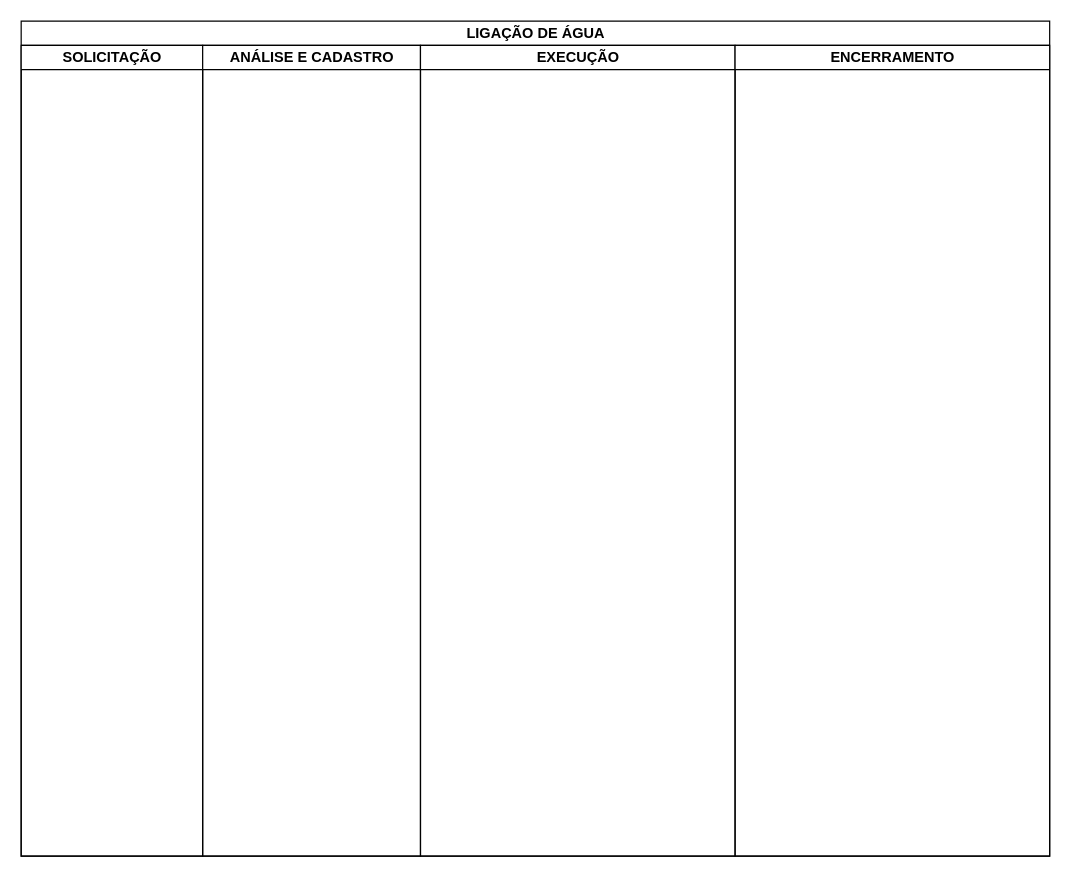
Before: Ligação de água.drawio in Deso-Sertao/fluxogramas, a draw.io diagram. Source tidied: cells renumbered, new cells numbered last; positions are measured from the earlier drawing's top-left corner, leaving out a move shared by most shapes. Both pictures are drawn from the tidied source at 121%, with x=0, y=0 at pixel (21, 21).
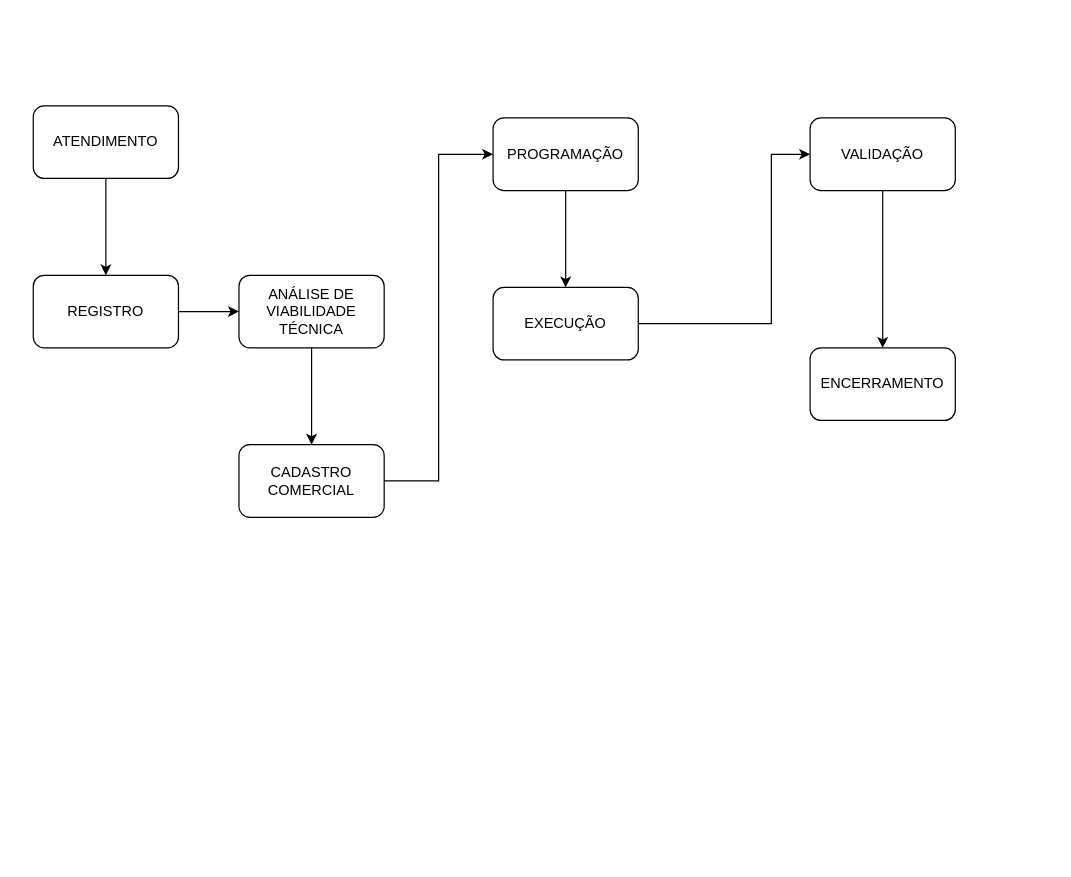
Above is the later version.

Change to the diagram source:
```diff
@@
-    <mxCell id="3" value="LIGAÇÃO DE ÁGUA" style="swimlane;html=1;startSize=20;" parent="2" vertex="1">
-      <mxGeometry width="850" height="690" as="geometry" />
-    </mxCell>
-    <mxCell id="4" value="SOLICITAÇÃO" style="swimlane;html=1;startSize=20;" parent="3" vertex="1">
-      <mxGeometry y="20" width="150" height="670" as="geometry" />
-    </mxCell>
-    <mxCell id="5" value="ANÁLISE E CADASTRO&lt;br&gt;" style="swimlane;html=1;startSize=20;swimlaneLine=1;" parent="3" vertex="1">
-      <mxGeometry x="150" y="20" width="180" height="670" as="geometry" />
-    </mxCell>
+    <mxCell id="8" parent="0" />
+    <mxCell id="9" value="VALIDAÇÃO" style="rounded=1;whiteSpace=wrap;html=1;" parent="8" vertex="1">
+      <mxGeometry x="652" y="80" width="120" height="60" as="geometry" />
+    </mxCell>
+    <mxCell id="10" style="edgeStyle=orthogonalEdgeStyle;rounded=0;jettySize=auto;html=1;entryX=0.5;entryY=0;entryDx=0;entryDy=0;" parent="8" edge="1" source="9" target="7">
+      <mxGeometry relative="1" as="geometry" />
+    </mxCell>
+    <mxCell id="7" value="ENCERRAMENTO" style="rounded=1;whiteSpace=wrap;html=1;" parent="8" vertex="1">
+      <mxGeometry x="652" y="270" width="120" height="60" as="geometry" />
+    </mxCell>
+    <mxCell id="11" style="edgeStyle=orthogonalEdgeStyle;rounded=0;jettySize=auto;html=1;entryX=0;entryY=0.5;entryDx=0;entryDy=0;" parent="8" edge="1" source="6" target="9">
+      <mxGeometry relative="1" as="geometry">
+        <Array as="points">
+          <mxPoint x="620" y="250" />
+          <mxPoint x="620" y="110" />
+        </Array>
+      </mxGeometry>
+    </mxCell>
+    <mxCell id="12" parent="0" />
+    <mxCell id="13" value="PROGRAMAÇÃO" style="rounded=1;whiteSpace=wrap;html=1;" parent="12" vertex="1">
+      <mxGeometry x="390" y="80" width="120" height="60" as="geometry" />
+    </mxCell>
+    <mxCell id="14" style="edgeStyle=orthogonalEdgeStyle;rounded=0;jettySize=auto;html=1;" parent="12" edge="1" source="13" target="6">
+      <mxGeometry relative="1" as="geometry" />
+    </mxCell>
-    <mxCell id="6" value="EXECUÇÃO" style="swimlane;html=1;startSize=20;" parent="3" vertex="1">
-      <mxGeometry x="330" y="20" width="260" height="670" as="geometry" />
+    <mxCell id="6" value="EXECUÇÃO" style="rounded=1;whiteSpace=wrap;html=1;" parent="12" vertex="1">
+      <mxGeometry x="390" y="220" width="120" height="60" as="geometry" />
     </mxCell>
-    <mxCell id="7" value="ENCERRAMENTO" style="swimlane;html=1;startSize=20;" parent="3" vertex="1">
-      <mxGeometry x="590" y="20" width="260" height="670" as="geometry" />
-    </mxCell>
+    <mxCell id="15" style="edgeStyle=orthogonalEdgeStyle;rounded=0;jettySize=auto;html=1;entryX=0;entryY=0.5;entryDx=0;entryDy=0;" parent="12" edge="1" source="19" target="13">
+      <mxGeometry relative="1" as="geometry" />
+    </mxCell>
+    <mxCell id="16" parent="0" />
+    <mxCell id="17" value="ANÁLISE DE VIABILIDADE TÉCNICA" style="rounded=1;whiteSpace=wrap;html=1;" parent="16" vertex="1">
+      <mxGeometry x="180" y="210" width="120" height="60" as="geometry" />
+    </mxCell>
+    <mxCell id="18" style="edgeStyle=orthogonalEdgeStyle;rounded=0;jettySize=auto;html=1;" parent="16" edge="1" source="17" target="19">
+      <mxGeometry relative="1" as="geometry" />
+    </mxCell>
+    <mxCell id="19" value="CADASTRO COMERCIAL" style="rounded=1;whiteSpace=wrap;html=1;" parent="16" vertex="1">
+      <mxGeometry x="180" y="350" width="120" height="60" as="geometry" />
+    </mxCell>
+    <mxCell id="20" parent="0" />
+    <mxCell id="21" value="ATENDIMENTO" style="rounded=1;whiteSpace=wrap;html=1;" parent="20" vertex="1">
+      <mxGeometry x="10" y="70" width="120" height="60" as="geometry" />
+    </mxCell>
+    <mxCell id="22" style="edgeStyle=orthogonalEdgeStyle;rounded=0;jettySize=auto;html=1;" parent="20" edge="1" source="21" target="23">
+      <mxGeometry relative="1" as="geometry" />
+    </mxCell>
+    <mxCell id="23" value="REGISTRO" style="rounded=1;whiteSpace=wrap;html=1;" parent="20" vertex="1">
+      <mxGeometry x="10" y="210" width="120" height="60" as="geometry" />
+    </mxCell>
+    <mxCell id="24" style="edgeStyle=orthogonalEdgeStyle;rounded=0;jettySize=auto;html=1;" parent="20" edge="1" source="23" target="17">
+      <mxGeometry relative="1" as="geometry" />
+    </mxCell>
```
